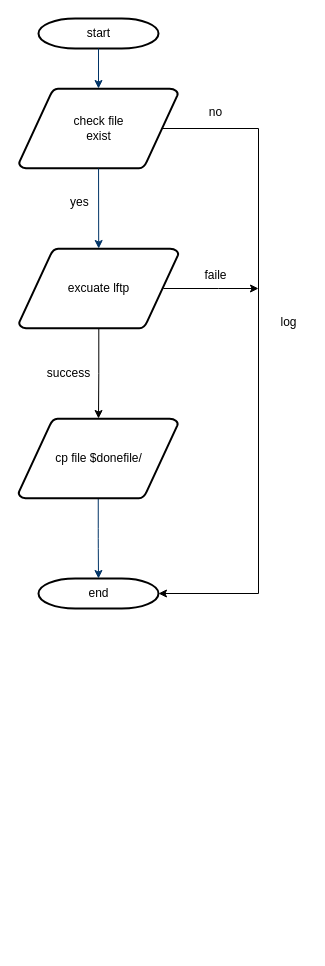
Above: Untitled Diagram.drawio in ywq1113/VASP_script (draw.io), before the change. Source tidied: cells renumbered, new cells numbered last; positions are measured from the earlier drawing's top-left corner, leaving out a move shared by most shapes. Both pictures are drawn from the tidied source at 100%, with x=0, y=0 at pixel (18, 18).
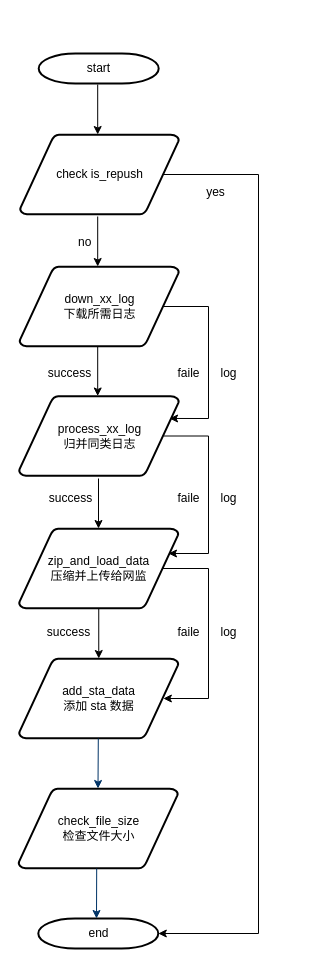
Above is the later version.

Commit message:
Update python flow Diagram.drawio

What changed in the source:
```diff
@@
     <mxCell id="2" value="start" style="shape=mxgraph.flowchart.terminator;strokeWidth=2;gradientColor=none;gradientDirection=north;fontStyle=0;html=1;" parent="1" vertex="1">
-      <mxGeometry x="20" width="120" height="30" as="geometry" />
+      <mxGeometry x="20.2" y="35" width="120" height="30" as="geometry" />
     </mxCell>
     <mxCell id="3" style="edgeStyle=orthogonalEdgeStyle;rounded=0;jettySize=auto;html=1;exitX=0.905;exitY=0.5;exitDx=0;exitDy=0;exitPerimeter=0;entryX=1;entryY=0.5;entryDx=0;entryDy=0;entryPerimeter=0;" parent="1" edge="1" source="4" target="12">
       <mxGeometry relative="1" as="geometry">
         <Array as="points">
-          <mxPoint x="240" y="110" />
-          <mxPoint x="240" y="575" />
+          <mxPoint x="240" y="156" />
+          <mxPoint x="240" y="915" />
         </Array>
       </mxGeometry>
     </mxCell>
-    <mxCell id="4" value="check file&lt;br&gt;exist" style="shape=mxgraph.flowchart.data;strokeWidth=2;gradientColor=none;gradientDirection=north;fontStyle=0;html=1;" parent="1" vertex="1">
-      <mxGeometry x="0.5" y="70" width="159" height="80" as="geometry" />
+    <mxCell id="4" value="check is_repush" style="shape=mxgraph.flowchart.data;strokeWidth=2;gradientColor=none;gradientDirection=north;fontStyle=0;html=1;" parent="1" vertex="1">
+      <mxGeometry x="1.5" y="116" width="159" height="80" as="geometry" />
     </mxCell>
-    <mxCell id="5" style="edgeStyle=orthogonalEdgeStyle;rounded=0;jettySize=auto;html=1;" parent="1" edge="1" source="7">
-      <mxGeometry relative="1" as="geometry">
-        <mxPoint x="80" y="400" as="targetPoint" />
-      </mxGeometry>
-    </mxCell>
-    <mxCell id="6" style="edgeStyle=orthogonalEdgeStyle;rounded=0;jettySize=auto;html=1;exitX=0.905;exitY=0.5;exitDx=0;exitDy=0;exitPerimeter=0;" parent="1" edge="1" source="7">
+    <mxCell id="6" style="edgeStyle=orthogonalEdgeStyle;rounded=0;jettySize=auto;html=1;exitX=0.905;exitY=0.5;exitDx=0;exitDy=0;exitPerimeter=0;entryX=0.941;entryY=0.281;entryDx=0;entryDy=0;entryPerimeter=0;" parent="1" edge="1" source="7" target="17">
       <mxGeometry relative="1" as="geometry">
-        <mxPoint x="240" y="270" as="targetPoint" />
+        <Array as="points">
+          <mxPoint x="190" y="288" />
+          <mxPoint x="190" y="400" />
+        </Array>
       </mxGeometry>
     </mxCell>
-    <mxCell id="7" value="excuate lftp" style="shape=mxgraph.flowchart.data;strokeWidth=2;gradientColor=none;gradientDirection=north;fontStyle=0;html=1;" parent="1" vertex="1">
-      <mxGeometry x="0.5" y="230" width="159.5" height="80" as="geometry" />
+    <mxCell id="7" value="down_xx_log&lt;br&gt;下载所需日志" style="shape=mxgraph.flowchart.data;strokeWidth=2;gradientColor=none;gradientDirection=north;fontStyle=0;html=1;" parent="1" vertex="1">
+      <mxGeometry x="1" y="248" width="159.5" height="80" as="geometry" />
     </mxCell>
-    <mxCell id="8" style="fontStyle=1;strokeColor=#003366;strokeWidth=1;html=1;" parent="1" edge="1" source="2" target="4">
-      <mxGeometry relative="1" as="geometry" />
-    </mxCell>
-    <mxCell id="9" style="fontStyle=1;strokeColor=#003366;strokeWidth=1;html=1;" parent="1" edge="1" source="4" target="7">
-      <mxGeometry relative="1" as="geometry" />
-    </mxCell>
-    <mxCell id="10" value="yes" style="text;fontStyle=0;html=1;strokeColor=none;gradientColor=none;fillColor=none;strokeWidth=2;" parent="1" vertex="1">
-      <mxGeometry x="50" y="170" width="40" height="26" as="geometry" />
+    <mxCell id="10" value="no" style="text;fontStyle=0;html=1;strokeColor=none;gradientColor=none;fillColor=none;strokeWidth=2;" parent="1" vertex="1">
+      <mxGeometry x="58" y="210" width="20" height="26" as="geometry" />
     </mxCell>
     <mxCell id="11" value="success" style="text;fontStyle=0;html=1;strokeColor=none;gradientColor=none;fillColor=none;strokeWidth=2;align=center;" parent="1" vertex="1">
-      <mxGeometry x="30" y="340.5" width="40" height="26" as="geometry" />
+      <mxGeometry x="31" y="341" width="40" height="26" as="geometry" />
     </mxCell>
     <mxCell id="12" value="end" style="shape=mxgraph.flowchart.terminator;strokeWidth=2;gradientColor=none;gradientDirection=north;fontStyle=0;html=1;" parent="1" vertex="1">
-      <mxGeometry x="20" y="560" width="120" height="30" as="geometry" />
+      <mxGeometry x="19.8" y="900" width="120" height="30" as="geometry" />
     </mxCell>
-    <mxCell id="13" style="edgeStyle=elbowEdgeStyle;elbow=vertical;exitX=0.5;exitY=1;exitPerimeter=0;entryX=0.5;entryY=0;entryPerimeter=0;fontStyle=1;strokeColor=#003366;strokeWidth=1;html=1;exitDx=0;exitDy=0;" parent="1" edge="1" source="17" target="12">
-      <mxGeometry y="-1290" as="geometry" />
-    </mxCell>
-    <mxCell id="14" value="no" style="text;fontStyle=0;html=1;strokeColor=none;gradientColor=none;fillColor=none;strokeWidth=2;align=center;" parent="1" vertex="1">
-      <mxGeometry x="177" y="80" width="40" height="26" as="geometry" />
+    <mxCell id="14" value="yes" style="text;fontStyle=0;html=1;strokeColor=none;gradientColor=none;fillColor=none;strokeWidth=2;align=center;" parent="1" vertex="1">
+      <mxGeometry x="177" y="160" width="40" height="26" as="geometry" />
     </mxCell>
     <mxCell id="15" value="faile" style="text;fontStyle=0;html=1;strokeColor=none;gradientColor=none;fillColor=none;strokeWidth=2;align=center;" parent="1" vertex="1">
-      <mxGeometry x="177" y="243" width="40" height="26" as="geometry" />
+      <mxGeometry x="150" y="341" width="40" height="26" as="geometry" />
     </mxCell>
     <mxCell id="16" value="log" style="text;fontStyle=0;html=1;strokeColor=none;gradientColor=none;fillColor=none;strokeWidth=2;align=center;" parent="1" vertex="1">
-      <mxGeometry x="250" y="290" width="40" height="26" as="geometry" />
+      <mxGeometry x="190" y="341" width="40" height="26" as="geometry" />
     </mxCell>
-    <mxCell id="17" value="cp file $donefile/" style="shape=mxgraph.flowchart.data;strokeWidth=2;gradientColor=none;gradientDirection=north;fontStyle=0;html=1;" parent="1" vertex="1">
-      <mxGeometry y="400" width="159.5" height="80" as="geometry" />
+    <mxCell id="17" value="process_xx_log&lt;br&gt;归并同类日志" style="shape=mxgraph.flowchart.data;strokeWidth=2;gradientColor=none;gradientDirection=north;fontStyle=0;html=1;" parent="1" vertex="1">
+      <mxGeometry x="0.5" y="377.5" width="160" height="80" as="geometry" />
     </mxCell>
+    <mxCell id="18" style="edgeStyle=orthogonalEdgeStyle;rounded=0;jettySize=auto;html=1;" parent="1" edge="1" source="19" target="25">
+      <mxGeometry relative="1" as="geometry" />
+    </mxCell>
+    <mxCell id="19" value="zip_and_load_data&lt;br&gt;压缩并上传给网监" style="shape=mxgraph.flowchart.data;strokeWidth=2;gradientColor=none;gradientDirection=north;fontStyle=0;html=1;" parent="1" vertex="1">
+      <mxGeometry x="0.5" y="510" width="159.5" height="80" as="geometry" />
+    </mxCell>
+    <mxCell id="20" style="edgeStyle=orthogonalEdgeStyle;rounded=0;jettySize=auto;html=1;exitX=0.905;exitY=0.5;exitDx=0;exitDy=0;exitPerimeter=0;" parent="1" edge="1" source="17">
+      <mxGeometry relative="1" as="geometry">
+        <mxPoint x="150" y="535" as="targetPoint" />
+        <Array as="points">
+          <mxPoint x="190" y="418" />
+          <mxPoint x="190" y="535" />
+        </Array>
+      </mxGeometry>
+    </mxCell>
+    <mxCell id="21" value="success" style="text;fontStyle=0;html=1;strokeColor=none;gradientColor=none;fillColor=none;strokeWidth=2;align=center;" parent="1" vertex="1">
+      <mxGeometry x="32" y="466" width="40" height="26" as="geometry" />
+    </mxCell>
+    <mxCell id="22" value="faile" style="text;fontStyle=0;html=1;strokeColor=none;gradientColor=none;fillColor=none;strokeWidth=2;align=center;" parent="1" vertex="1">
+      <mxGeometry x="150" y="466" width="40" height="26" as="geometry" />
+    </mxCell>
+    <mxCell id="23" style="edgeStyle=orthogonalEdgeStyle;rounded=0;jettySize=auto;html=1;entryX=0.905;entryY=0.5;entryDx=0;entryDy=0;entryPerimeter=0;" parent="1" edge="1" target="25">
+      <mxGeometry relative="1" as="geometry">
+        <mxPoint x="144" y="550" as="sourcePoint" />
+        <Array as="points">
+          <mxPoint x="190" y="550" />
+          <mxPoint x="190" y="680" />
+        </Array>
+      </mxGeometry>
+    </mxCell>
+    <mxCell id="24" value="faile" style="text;fontStyle=0;html=1;strokeColor=none;gradientColor=none;fillColor=none;strokeWidth=2;align=center;" parent="1" vertex="1">
+      <mxGeometry x="150" y="600" width="40" height="26" as="geometry" />
+    </mxCell>
+    <mxCell id="25" value="add_sta_data&lt;br&gt;添加 sta 数据" style="shape=mxgraph.flowchart.data;strokeWidth=2;gradientColor=none;gradientDirection=north;fontStyle=0;html=1;" parent="1" vertex="1">
+      <mxGeometry x="0.5" y="640" width="159.5" height="80" as="geometry" />
+    </mxCell>
+    <mxCell id="26" value="success" style="text;fontStyle=0;html=1;strokeColor=none;gradientColor=none;fillColor=none;strokeWidth=2;align=center;" parent="1" vertex="1">
+      <mxGeometry x="30" y="600" width="40" height="26" as="geometry" />
+    </mxCell>
+    <mxCell id="27" value="log" style="text;fontStyle=0;html=1;strokeColor=none;gradientColor=none;fillColor=none;strokeWidth=2;align=center;" parent="1" vertex="1">
+      <mxGeometry x="190" y="600" width="40" height="26" as="geometry" />
+    </mxCell>
+    <mxCell id="28" value="log" style="text;fontStyle=0;html=1;strokeColor=none;gradientColor=none;fillColor=none;strokeWidth=2;align=center;" parent="1" vertex="1">
+      <mxGeometry x="190" y="466" width="40" height="26" as="geometry" />
+    </mxCell>
+    <mxCell id="29" style="edgeStyle=elbowEdgeStyle;elbow=vertical;fontStyle=1;strokeColor=#003366;strokeWidth=1;html=1;" parent="1" edge="1">
+      <mxGeometry x="-0.5" y="-1065" as="geometry">
+        <mxPoint x="79.8" y="720" as="sourcePoint" />
+        <mxPoint x="79.5" y="770" as="targetPoint" />
+        <Array as="points">
+          <mxPoint x="80" y="720" />
+        </Array>
+      </mxGeometry>
+    </mxCell>
+    <mxCell id="30" value="check_file_size&lt;br&gt;检查文件大小" style="shape=mxgraph.flowchart.data;strokeWidth=2;gradientColor=none;gradientDirection=north;fontStyle=0;html=1;" parent="1" vertex="1">
+      <mxGeometry y="770" width="159.5" height="80" as="geometry" />
+    </mxCell>
+    <mxCell id="31" style="edgeStyle=orthogonalEdgeStyle;rounded=0;orthogonalLoop=1;jettySize=auto;html=1;" parent="1" edge="1">
+      <mxGeometry relative="1" as="geometry">
+        <mxPoint x="80" y="460" as="sourcePoint" />
+        <mxPoint x="80" y="510" as="targetPoint" />
+      </mxGeometry>
+    </mxCell>
+    <mxCell id="32" style="edgeStyle=orthogonalEdgeStyle;rounded=0;orthogonalLoop=1;jettySize=auto;html=1;" parent="1" edge="1">
+      <mxGeometry relative="1" as="geometry">
+        <mxPoint x="79.2" y="327.5" as="sourcePoint" />
+        <mxPoint x="79.2" y="377.5" as="targetPoint" />
+      </mxGeometry>
+    </mxCell>
+    <mxCell id="33" style="edgeStyle=orthogonalEdgeStyle;rounded=0;orthogonalLoop=1;jettySize=auto;html=1;" parent="1" edge="1">
+      <mxGeometry relative="1" as="geometry">
+        <mxPoint x="79.2" y="198" as="sourcePoint" />
+        <mxPoint x="79.2" y="248" as="targetPoint" />
+      </mxGeometry>
+    </mxCell>
+    <mxCell id="34" style="edgeStyle=orthogonalEdgeStyle;rounded=0;orthogonalLoop=1;jettySize=auto;html=1;exitX=0.5;exitY=1;exitDx=0;exitDy=0;" parent="1" edge="1" source="14" target="14">
+      <mxGeometry relative="1" as="geometry" />
+    </mxCell>
+    <mxCell id="35" style="edgeStyle=orthogonalEdgeStyle;rounded=0;orthogonalLoop=1;jettySize=auto;html=1;" parent="1" edge="1">
+      <mxGeometry relative="1" as="geometry">
+        <mxPoint x="79.2" y="66" as="sourcePoint" />
+        <mxPoint x="79.2" y="116" as="targetPoint" />
+      </mxGeometry>
+    </mxCell>
+    <mxCell id="36" style="edgeStyle=elbowEdgeStyle;elbow=vertical;fontStyle=1;strokeColor=#003366;strokeWidth=1;html=1;" parent="1" edge="1">
+      <mxGeometry x="-2" y="-935" as="geometry">
+        <mxPoint x="78.2" y="850" as="sourcePoint" />
+        <mxPoint x="78" y="900" as="targetPoint" />
+        <Array as="points">
+          <mxPoint x="78.5" y="850" />
+        </Array>
+      </mxGeometry>
+    </mxCell>
```
